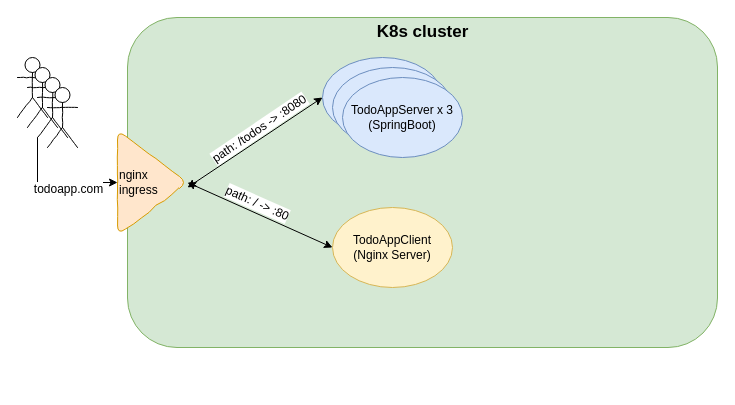
ayortanli/ToDoApp keeps this draw.io diagram as images/GeneralArchitecture.drawio. Above is the earlier version. Source tidied: cells renumbered, new cells numbered last; positions are measured from the earlier drawing's top-left corner, leaving out a move shared by most shapes. Both pictures are drawn from the tidied source at 100%, with x=0, y=0 at pixel (17, 17).
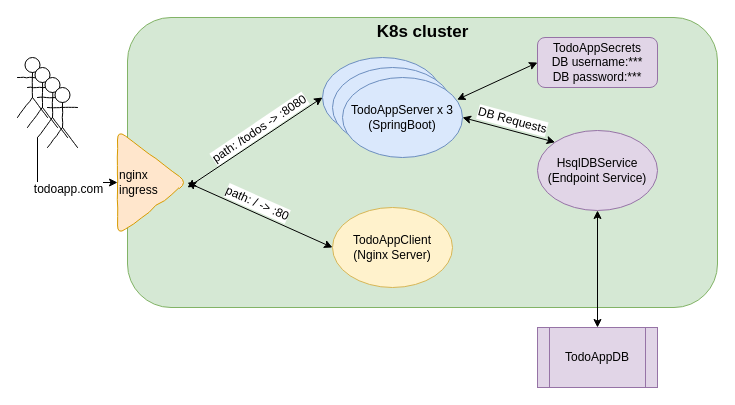
The same diagram, later.

The change refers to these unchanged cells:
```xml
<mxCell id="8" value="TodoAppServer x 3&lt;br&gt;(SpringBoot)" style="ellipse;whiteSpace=wrap;html=1;rounded=1;comic=1;fontSize=12;align=center;fillColor=#dae8fc;strokeColor=#6c8ebf;" parent="5" vertex="1">
  <mxGeometry x="20" y="20" width="120" height="80" as="geometry" />
</mxCell>
```

The edit, as a diff of the source:
```diff
@@
     <mxCell id="2" style="rounded=1;whiteSpace=wrap;html=1;fillColor=#d5e8d4;strokeColor=#82b366;" parent="1" vertex="1">
-      <mxGeometry x="110" width="590" height="330" as="geometry" />
+      <mxGeometry x="110" width="590" height="290" as="geometry" />
     </mxCell>
@@
+    <mxCell id="22" value="TodoAppDB" style="shape=process;whiteSpace=wrap;html=1;backgroundOutline=1;fillColor=#e1d5e7;strokeColor=#9673a6;" parent="1" vertex="1">
+      <mxGeometry x="520" y="310" width="120" height="60" as="geometry" />
+    </mxCell>
+    <mxCell id="23" value="HsqlDBService&lt;br&gt;(Endpoint Service)" style="ellipse;whiteSpace=wrap;html=1;fillColor=#e1d5e7;strokeColor=#9673a6;" parent="1" vertex="1">
+      <mxGeometry x="520" y="113" width="120" height="80" as="geometry" />
+    </mxCell>
+    <mxCell id="24" style="endArrow=classic;startArrow=classic;html=1;entryX=1;entryY=0.5;entryDx=0;entryDy=0;exitX=0;exitY=0;exitDx=0;exitDy=0;" parent="1" edge="1" source="23" target="8">
+      <mxGeometry x="0.16" y="15" relative="1" as="geometry" />
+    </mxCell>
+    <mxCell id="25" style="endArrow=classic;startArrow=classic;html=1;entryX=0.5;entryY=1;entryDx=0;entryDy=0;exitX=0.5;exitY=0;exitDx=0;exitDy=0;" parent="1" edge="1" source="22" target="23">
+      <mxGeometry relative="1" as="geometry" />
+    </mxCell>
+    <mxCell id="26" value="TodoAppSecrets&lt;br&gt;DB username:***&lt;br&gt;DB password:***" style="rounded=1;whiteSpace=wrap;html=1;fillColor=#e1d5e7;strokeColor=#9673a6;" parent="1" vertex="1">
+      <mxGeometry x="520" y="20" width="120" height="50" as="geometry" />
+    </mxCell>
+    <mxCell id="27" style="endArrow=classic;startArrow=classic;html=1;entryX=0;entryY=0.5;entryDx=0;entryDy=0;exitX=0.955;exitY=0.277;exitDx=0;exitDy=0;exitPerimeter=0;" parent="1" edge="1" source="8" target="26">
+      <mxGeometry relative="1" as="geometry" />
+    </mxCell>
+    <mxCell id="28" value="DB Requests" style="text;html=1;strokeColor=none;fillColor=none;align=center;verticalAlign=middle;whiteSpace=wrap;rounded=0;rotation=15;labelBackgroundColor=#ffffff;" parent="1" vertex="1">
+      <mxGeometry x="457.5" y="93" width="75" height="20" as="geometry" />
+    </mxCell>
```
